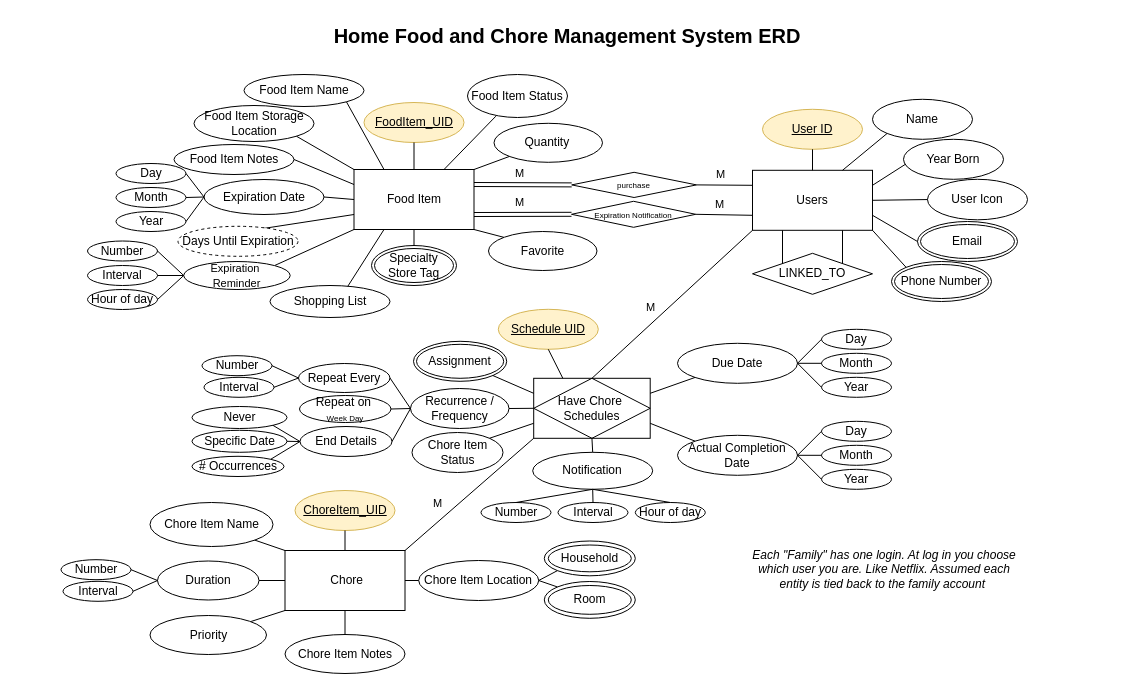
k-wtamu/CIDM6330 keeps this draw.io diagram as Assignment 2/Assignment2ERD.drawio. Above is the earlier version. Source tidied: cells renumbered, new cells numbered last; positions are measured from the earlier drawing's top-left corner, leaving out a move shared by most shapes. Both pictures are drawn from the tidied source at 100%, with x=0, y=0 at pixel (17, 17).
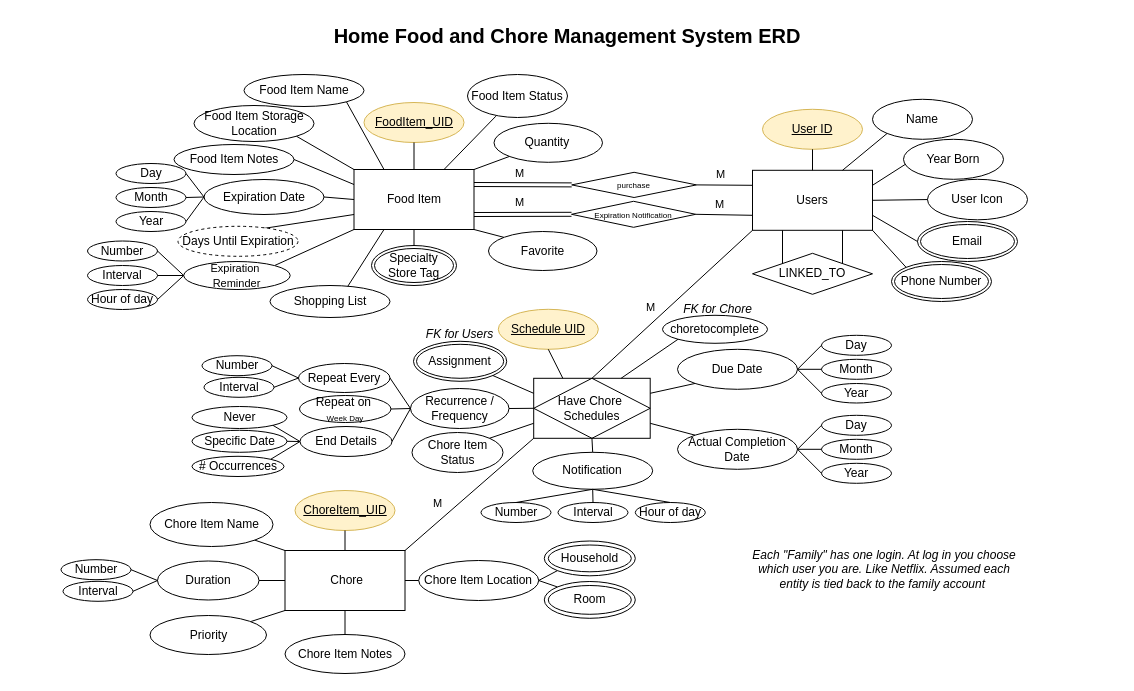
After the change.

The change refers to these unchanged cells:
```xml
<mxCell id="67" value="Have Chore&amp;nbsp;&lt;div&gt;Schedules&lt;/div&gt;" style="shape=associativeEntity;whiteSpace=wrap;html=1;align=center;" parent="1" vertex="1">
  <mxGeometry x="516.2" y="360.8" width="116.5" height="60" as="geometry" />
</mxCell>
```

Change to the diagram source:
```diff
@@
     <mxCell id="42" value="Due Date" style="ellipse;whiteSpace=wrap;html=1;" parent="1" vertex="1">
-      <mxGeometry x="660" y="325.8" width="120" height="40" as="geometry" />
+      <mxGeometry x="660" y="331.8" width="120" height="40" as="geometry" />
     </mxCell>
     <mxCell id="43" value="Day" style="ellipse;whiteSpace=wrap;html=1;" parent="1" vertex="1">
-      <mxGeometry x="804" y="311.8" width="70" height="20" as="geometry" />
+      <mxGeometry x="804" y="317.8" width="70" height="20" as="geometry" />
     </mxCell>
     <mxCell id="44" value="Month" style="ellipse;whiteSpace=wrap;html=1;" parent="1" vertex="1">
-      <mxGeometry x="804" y="335.8" width="70" height="20" as="geometry" />
+      <mxGeometry x="804" y="341.8" width="70" height="20" as="geometry" />
     </mxCell>
     <mxCell id="45" value="Year" style="ellipse;whiteSpace=wrap;html=1;" parent="1" vertex="1">
-      <mxGeometry x="804" y="359.8" width="70" height="20" as="geometry" />
+      <mxGeometry x="804" y="366" width="70" height="19.5" as="geometry" />
     </mxCell>
@@
     <mxCell id="70" value="Actual Completion Date" style="ellipse;whiteSpace=wrap;html=1;" parent="1" vertex="1">
-      <mxGeometry x="660" y="417.8" width="120" height="40" as="geometry" />
+      <mxGeometry x="660" y="411.8" width="120" height="40" as="geometry" />
     </mxCell>
     <mxCell id="71" value="Day" style="ellipse;whiteSpace=wrap;html=1;" parent="1" vertex="1">
-      <mxGeometry x="804" y="403.8" width="70" height="20" as="geometry" />
+      <mxGeometry x="804" y="397.8" width="70" height="20" as="geometry" />
     </mxCell>
     <mxCell id="72" value="Month" style="ellipse;whiteSpace=wrap;html=1;" parent="1" vertex="1">
-      <mxGeometry x="804" y="427.8" width="70" height="20" as="geometry" />
+      <mxGeometry x="804" y="421.8" width="70" height="20" as="geometry" />
     </mxCell>
     <mxCell id="73" value="Year" style="ellipse;whiteSpace=wrap;html=1;" parent="1" vertex="1">
-      <mxGeometry x="804" y="451.8" width="70" height="20" as="geometry" />
+      <mxGeometry x="804" y="445.8" width="70" height="20" as="geometry" />
     </mxCell>
@@
+    <mxCell id="141" value="&lt;i&gt;FK for Users&lt;/i&gt;" style="text;html=1;align=center;verticalAlign=middle;whiteSpace=wrap;rounded=0;" parent="1" vertex="1">
+      <mxGeometry x="402.1" y="301.8" width="81" height="30" as="geometry" />
+    </mxCell>
+    <mxCell id="142" value="choretocomplete" style="ellipse;whiteSpace=wrap;html=1;" parent="1" vertex="1">
+      <mxGeometry x="645" y="297.8" width="105" height="28" as="geometry" />
+    </mxCell>
+    <mxCell id="143" style="endArrow=none;html=1;rounded=0;exitX=0.75;exitY=0;exitDx=0;exitDy=0;entryX=0;entryY=1;entryDx=0;entryDy=0;" parent="1" edge="1" source="67" target="142">
+      <mxGeometry relative="1" as="geometry" />
+    </mxCell>
+    <mxCell id="144" value="&lt;i&gt;FK for Chore&lt;/i&gt;" style="text;html=1;align=center;verticalAlign=middle;whiteSpace=wrap;rounded=0;" parent="1" vertex="1">
+      <mxGeometry x="660" y="276.8" width="81" height="30" as="geometry" />
+    </mxCell>
```
